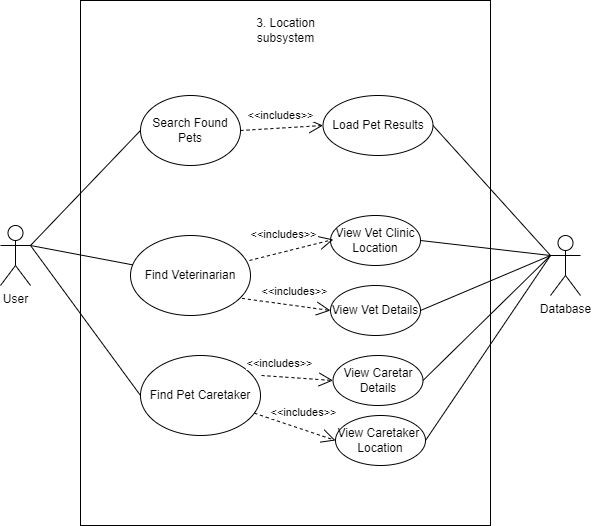
The draw.io diagram docs/doc_images/Location.png in COS301-SE-2024/TailWaggr, before a commit. Source tidied: cells renumbered, new cells last; positions are measured from the earlier drawing's top-left corner, leaving out a move shared by most shapes.
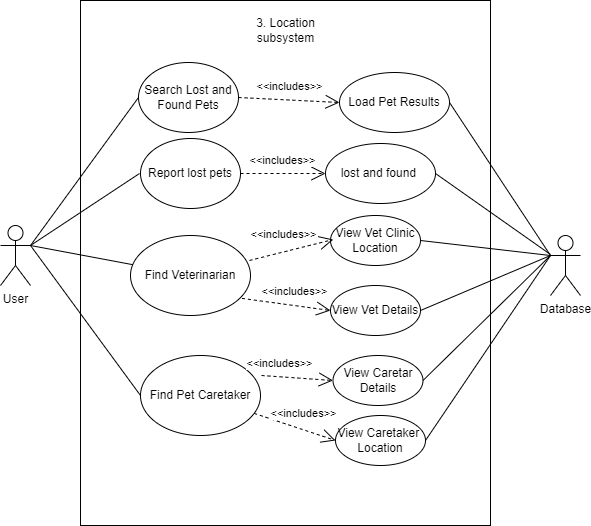
The same diagram one commit later.

Diff of the diagram source:
```diff
@@ -2,28 +2,28 @@
   <root>
     <mxCell id="0" />
     <mxCell id="1" parent="0" />
-    <mxCell id="2" style="rounded=0;whiteSpace=wrap;html=1;" parent="1" vertex="1">
-      <mxGeometry x="80" width="410" height="525" as="geometry" />
-    </mxCell>
-    <mxCell id="3" value="Search Found Pets" style="ellipse;whiteSpace=wrap;html=1;" parent="1" vertex="1">
-      <mxGeometry x="140" y="95" width="100" height="70" as="geometry" />
-    </mxCell>
+    <mxCell id="27" style="rounded=0;whiteSpace=wrap;html=1;" parent="1" vertex="1">
+      <mxGeometry x="80" width="410" height="525" as="geometry" />
+    </mxCell>
+    <mxCell id="28" value="Search Lost and Found Pets" style="ellipse;whiteSpace=wrap;html=1;" parent="1" vertex="1">
+      <mxGeometry x="138" y="62" width="100" height="70" as="geometry" />
+    </mxCell>
     <mxCell id="4" value="Find Veterinarian" style="ellipse;whiteSpace=wrap;html=1;" parent="1" vertex="1">
       <mxGeometry x="130" y="235" width="120" height="80" as="geometry" />
     </mxCell>
     <mxCell id="5" value="Database" style="shape=umlActor;verticalLabelPosition=bottom;verticalAlign=top;html=1;outlineConnect=0;" parent="1" vertex="1">
       <mxGeometry x="550" y="235" width="30" height="60" as="geometry" />
     </mxCell>
-    <mxCell id="6" style="endArrow=none;html=1;rounded=0;" parent="1" edge="1" target="4">
-      <mxGeometry relative="1" as="geometry">
-        <mxPoint x="30" y="245" as="sourcePoint" />
-      </mxGeometry>
-    </mxCell>
+    <mxCell id="29" style="endArrow=none;html=1;rounded=0;" parent="1" edge="1" target="4">
+      <mxGeometry relative="1" as="geometry">
+        <mxPoint x="30" y="245" as="sourcePoint" />
+      </mxGeometry>
+    </mxCell>
     <mxCell id="7" value="3. Location subsystem" style="text;html=1;align=center;verticalAlign=middle;whiteSpace=wrap;rounded=0;" parent="1" vertex="1">
       <mxGeometry x="246.5" y="15" width="77" height="30" as="geometry" />
     </mxCell>
     <mxCell id="8" value="Load Pet Results" style="ellipse;whiteSpace=wrap;html=1;" parent="1" vertex="1">
-      <mxGeometry x="322.5" y="95" width="110" height="60" as="geometry" />
+      <mxGeometry x="339" y="72" width="110" height="60" as="geometry" />
     </mxCell>
     <mxCell id="9" value="View Vet Clinic Location" style="ellipse;whiteSpace=wrap;html=1;" parent="1" vertex="1">
       <mxGeometry x="330" y="215" width="90" height="50" as="geometry" />
@@ -31,23 +31,23 @@
     <mxCell id="10" value="View Vet Details" style="ellipse;whiteSpace=wrap;html=1;" parent="1" vertex="1">
       <mxGeometry x="330" y="285" width="90" height="50" as="geometry" />
     </mxCell>
-    <mxCell id="11" value="&amp;lt;&amp;lt;includes&amp;gt;&amp;gt;" style="endArrow=open;endSize=12;dashed=1;html=1;rounded=0;exitX=1;exitY=0.5;exitDx=0;exitDy=0;entryX=0;entryY=0.5;entryDx=0;entryDy=0;" parent="1" edge="1" source="3" target="8">
+    <mxCell id="11" value="&amp;lt;&amp;lt;includes&amp;gt;&amp;gt;" style="endArrow=open;endSize=12;dashed=1;html=1;rounded=0;exitX=1;exitY=0.5;exitDx=0;exitDy=0;entryX=0;entryY=0.5;entryDx=0;entryDy=0;" parent="1" edge="1" source="28" target="8">
       <mxGeometry x="-0.01" y="13" relative="1" as="geometry" />
     </mxCell>
-    <mxCell id="12" value="&amp;lt;&amp;lt;includes&amp;gt;&amp;gt;" style="endArrow=open;endSize=12;dashed=1;html=1;rounded=0;entryX=0;entryY=0.5;entryDx=0;entryDy=0;" parent="1" edge="1">
-      <mxGeometry x="-0.09" y="17" relative="1" as="geometry">
-        <mxPoint x="249" y="260" as="sourcePoint" />
-        <mxPoint x="332.8" y="239" as="targetPoint" />
-      </mxGeometry>
-    </mxCell>
+    <mxCell id="30" value="&amp;lt;&amp;lt;includes&amp;gt;&amp;gt;" style="endArrow=open;endSize=12;dashed=1;html=1;rounded=0;entryX=0;entryY=0.5;entryDx=0;entryDy=0;" parent="1" edge="1">
+      <mxGeometry x="-0.09" y="17" relative="1" as="geometry">
+        <mxPoint x="249" y="260" as="sourcePoint" />
+        <mxPoint x="332.8" y="239" as="targetPoint" />
+      </mxGeometry>
+    </mxCell>
     <mxCell id="13" value="&amp;lt;&amp;lt;includes&amp;gt;&amp;gt;" style="endArrow=open;endSize=12;dashed=1;html=1;rounded=0;exitX=0.929;exitY=0.786;exitDx=0;exitDy=0;exitPerimeter=0;entryX=0;entryY=0.5;entryDx=0;entryDy=0;" parent="1" edge="1" source="4" target="10">
       <mxGeometry x="0.14" y="14" relative="1" as="geometry" />
     </mxCell>
-    <mxCell id="14" style="endArrow=none;html=1;rounded=0;entryX=0;entryY=0.5;entryDx=0;entryDy=0;" parent="1" edge="1" target="3">
-      <mxGeometry relative="1" as="geometry">
-        <mxPoint x="30" y="245" as="sourcePoint" />
-      </mxGeometry>
-    </mxCell>
+    <mxCell id="31" style="endArrow=none;html=1;rounded=0;entryX=0;entryY=0.5;entryDx=0;entryDy=0;" parent="1" edge="1" target="28">
+      <mxGeometry relative="1" as="geometry">
+        <mxPoint x="30" y="245" as="sourcePoint" />
+      </mxGeometry>
+    </mxCell>
     <mxCell id="15" value="Find Pet Caretaker" style="ellipse;whiteSpace=wrap;html=1;" parent="1" vertex="1">
       <mxGeometry x="140" y="355" width="120" height="80" as="geometry" />
     </mxCell>
@@ -57,44 +57,63 @@
     <mxCell id="17" value="View Caretaker&amp;nbsp;&lt;div&gt;Location&lt;/div&gt;" style="ellipse;whiteSpace=wrap;html=1;" parent="1" vertex="1">
       <mxGeometry x="335" y="415" width="90" height="50" as="geometry" />
     </mxCell>
-    <mxCell id="18" value="&amp;lt;&amp;lt;includes&amp;gt;&amp;gt;" style="endArrow=open;endSize=12;dashed=1;html=1;rounded=0;entryX=0;entryY=0.5;entryDx=0;entryDy=0;" parent="1" edge="1" target="16">
-      <mxGeometry x="-0.52" y="13" relative="1" as="geometry">
-        <mxPoint x="261" y="375" as="sourcePoint" />
-      </mxGeometry>
-    </mxCell>
+    <mxCell id="32" value="&amp;lt;&amp;lt;includes&amp;gt;&amp;gt;" style="endArrow=open;endSize=12;dashed=1;html=1;rounded=0;entryX=0;entryY=0.5;entryDx=0;entryDy=0;" parent="1" edge="1" target="16">
+      <mxGeometry x="-0.52" y="13" relative="1" as="geometry">
+        <mxPoint x="261" y="375" as="sourcePoint" />
+      </mxGeometry>
+    </mxCell>
     <mxCell id="19" value="&amp;lt;&amp;lt;includes&amp;gt;&amp;gt;" style="endArrow=open;endSize=12;dashed=1;html=1;rounded=0;entryX=0;entryY=0.5;entryDx=0;entryDy=0;" parent="1" edge="1" source="15" target="17">
       <mxGeometry x="0.09" y="16" relative="1" as="geometry" />
     </mxCell>
-    <mxCell id="20" style="endArrow=none;html=1;rounded=0;entryX=0;entryY=0.5;entryDx=0;entryDy=0;" parent="1" edge="1" target="15">
-      <mxGeometry relative="1" as="geometry">
-        <mxPoint x="30" y="245" as="sourcePoint" />
-      </mxGeometry>
-    </mxCell>
+    <mxCell id="33" style="endArrow=none;html=1;rounded=0;entryX=0;entryY=0.5;entryDx=0;entryDy=0;" parent="1" edge="1" target="15">
+      <mxGeometry relative="1" as="geometry">
+        <mxPoint x="30" y="245" as="sourcePoint" />
+      </mxGeometry>
+    </mxCell>
     <mxCell id="21" value="User" style="shape=umlActor;verticalLabelPosition=bottom;verticalAlign=top;html=1;outlineConnect=0;" parent="1" vertex="1">
       <mxGeometry y="225" width="30" height="60" as="geometry" />
     </mxCell>
     <mxCell id="22" style="endArrow=none;html=1;rounded=0;entryX=1;entryY=0.5;entryDx=0;entryDy=0;exitX=0;exitY=0.3333333333333333;exitDx=0;exitDy=0;exitPerimeter=0;" parent="1" edge="1" source="5" target="8">
       <mxGeometry relative="1" as="geometry" />
     </mxCell>
-    <mxCell id="23" style="endArrow=none;html=1;rounded=0;entryX=1;entryY=0.5;entryDx=0;entryDy=0;" parent="1" edge="1" target="9">
-      <mxGeometry relative="1" as="geometry">
-        <mxPoint x="550" y="255" as="sourcePoint" />
-      </mxGeometry>
-    </mxCell>
-    <mxCell id="24" style="endArrow=none;html=1;rounded=0;entryX=1;entryY=0.5;entryDx=0;entryDy=0;" parent="1" edge="1" target="10">
-      <mxGeometry relative="1" as="geometry">
-        <mxPoint x="550" y="255" as="sourcePoint" />
-      </mxGeometry>
-    </mxCell>
-    <mxCell id="25" style="endArrow=none;html=1;rounded=0;entryX=1;entryY=0.5;entryDx=0;entryDy=0;" parent="1" edge="1" target="16">
-      <mxGeometry relative="1" as="geometry">
-        <mxPoint x="550" y="255" as="sourcePoint" />
-      </mxGeometry>
-    </mxCell>
-    <mxCell id="26" style="endArrow=none;html=1;rounded=0;entryX=1;entryY=0.5;entryDx=0;entryDy=0;" parent="1" edge="1" target="17">
-      <mxGeometry relative="1" as="geometry">
-        <mxPoint x="550" y="255" as="sourcePoint" />
-      </mxGeometry>
-    </mxCell>
+    <mxCell id="34" style="endArrow=none;html=1;rounded=0;entryX=1;entryY=0.5;entryDx=0;entryDy=0;" parent="1" edge="1" target="9">
+      <mxGeometry relative="1" as="geometry">
+        <mxPoint x="550" y="255" as="sourcePoint" />
+      </mxGeometry>
+    </mxCell>
+    <mxCell id="35" style="endArrow=none;html=1;rounded=0;entryX=1;entryY=0.5;entryDx=0;entryDy=0;" parent="1" edge="1" target="10">
+      <mxGeometry relative="1" as="geometry">
+        <mxPoint x="550" y="255" as="sourcePoint" />
+      </mxGeometry>
+    </mxCell>
+    <mxCell id="36" style="endArrow=none;html=1;rounded=0;entryX=1;entryY=0.5;entryDx=0;entryDy=0;" parent="1" edge="1" target="16">
+      <mxGeometry relative="1" as="geometry">
+        <mxPoint x="550" y="255" as="sourcePoint" />
+      </mxGeometry>
+    </mxCell>
+    <mxCell id="37" style="endArrow=none;html=1;rounded=0;entryX=1;entryY=0.5;entryDx=0;entryDy=0;" parent="1" edge="1" target="17">
+      <mxGeometry relative="1" as="geometry">
+        <mxPoint x="550" y="255" as="sourcePoint" />
+      </mxGeometry>
+    </mxCell>
+    <mxCell id="38" value="Report lost pets" style="ellipse;whiteSpace=wrap;html=1;" parent="1" vertex="1">
+      <mxGeometry x="140" y="138" width="100" height="70" as="geometry" />
+    </mxCell>
+    <mxCell id="39" style="endArrow=none;html=1;rounded=0;exitX=1;exitY=0.3333333333333333;exitDx=0;exitDy=0;exitPerimeter=0;" parent="1" edge="1" source="21">
+      <mxGeometry relative="1" as="geometry">
+        <mxPoint x="139" y="173" as="targetPoint" />
+      </mxGeometry>
+    </mxCell>
+    <mxCell id="40" value="lost and found&amp;nbsp;" style="ellipse;whiteSpace=wrap;html=1;" parent="1" vertex="1">
+      <mxGeometry x="325" y="143" width="110" height="60" as="geometry" />
+    </mxCell>
+    <mxCell id="41" value="&amp;lt;&amp;lt;includes&amp;gt;&amp;gt;" style="endArrow=open;endSize=12;dashed=1;html=1;rounded=0;exitX=1;exitY=0.5;exitDx=0;exitDy=0;" parent="1" edge="1" source="38" target="40">
+      <mxGeometry x="-0.01" y="13" relative="1" as="geometry" />
+    </mxCell>
+    <mxCell id="42" style="endArrow=none;html=1;rounded=0;entryX=1;entryY=0.5;entryDx=0;entryDy=0;" parent="1" edge="1" target="40">
+      <mxGeometry relative="1" as="geometry">
+        <mxPoint x="550" y="254" as="sourcePoint" />
+      </mxGeometry>
+    </mxCell>
   </root>
 </mxGraphModel>
```
